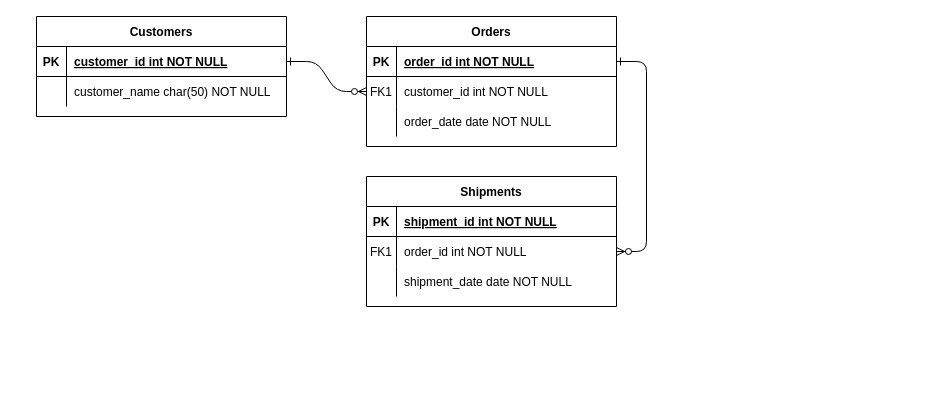
Above: SQL_Maria.aguila/Untitled Diagram.drawio in MariaAguila4/KeepCoding_BigData_MariaAguil- (draw.io), before the change. Source tidied: cells renumbered, new cells numbered last; positions are measured from the earlier drawing's top-left corner, leaving out a move shared by most shapes. Both pictures are drawn from the tidied source at 100%, with x=0, y=0 at pixel (36, 16).
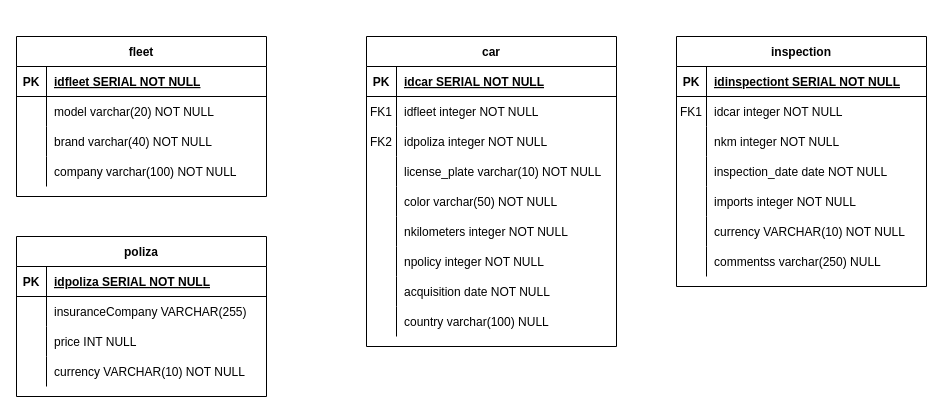
The same page after the edit.

Unchanged cells that the change refers to:
```xml
<mxCell id="5" style="shape=partialRectangle;fillColor=none;points=[[0,0.5],[1,0.5]];portConstraint=eastwest;top=0;left=0;right=0;bottom=1;" parent="4" vertex="1">
  <mxGeometry y="30" width="250" height="30" as="geometry" />
</mxCell>
<mxCell id="8" style="shape=partialRectangle;fillColor=none;points=[[0,0.5],[1,0.5]];portConstraint=eastwest;top=0;left=0;right=0;bottom=0;" parent="4" vertex="1">
  <mxGeometry y="60" width="250" height="30" as="geometry" />
</mxCell>
<mxCell id="11" style="shape=partialRectangle;fillColor=none;top=0;left=0;right=0;bottom=0;" parent="4" vertex="1">
  <mxGeometry y="90" width="250" height="30" as="geometry" />
</mxCell>
<mxCell id="15" style="shape=partialRectangle;fillColor=none;top=0;left=0;right=0;bottom=1;" parent="14" vertex="1">
  <mxGeometry y="30" width="250" height="30" as="geometry" />
</mxCell>
<mxCell id="18" style="shape=partialRectangle;fillColor=none;points=[[0,0.5],[1,0.5]];portConstraint=eastwest;top=0;left=0;right=0;bottom=0;" parent="14" vertex="1">
  <mxGeometry y="60" width="250" height="30" as="geometry" />
</mxCell>
<mxCell id="21" style="shape=partialRectangle;fillColor=none;top=0;left=0;right=0;bottom=0;" parent="14" vertex="1">
  <mxGeometry y="90" width="250" height="30" as="geometry" />
</mxCell>
<mxCell id="25" style="shape=partialRectangle;fillColor=none;points=[[0,0.5],[1,0.5]];portConstraint=eastwest;top=0;left=0;right=0;bottom=1;" parent="24" vertex="1">
  <mxGeometry y="30" width="250" height="30" as="geometry" />
</mxCell>
<mxCell id="28" style="shape=partialRectangle;fillColor=none;top=0;left=0;right=0;bottom=0;" parent="24" vertex="1">
  <mxGeometry y="60" width="250" height="30" as="geometry" />
</mxCell>
```

The edit, as a diff of the source:
```diff
@@
-    <mxCell id="2" style="edgeStyle=entityRelationEdgeStyle;endArrow=ERzeroToMany;startArrow=ERone;endFill=1;startFill=0;" parent="1" edge="1" source="25" target="8">
-      <mxGeometry relative="1" as="geometry" />
-    </mxCell>
-    <mxCell id="3" style="edgeStyle=entityRelationEdgeStyle;endArrow=ERzeroToMany;startArrow=ERone;endFill=1;startFill=0;" parent="1" edge="1" source="5" target="18">
-      <mxGeometry relative="1" as="geometry" />
-    </mxCell>
-    <mxCell id="4" value="Orders" style="shape=table;startSize=30;childLayout=tableLayout;rowLines=0;fontStyle=1;align=center;" parent="1" vertex="1">
-      <mxGeometry x="330" width="250" height="130" as="geometry" />
+    <mxCell id="4" value="fleet" style="shape=table;startSize=30;childLayout=tableLayout;rowLines=0;fontStyle=1;align=center;" parent="1" vertex="1">
+      <mxGeometry x="-20" y="20" width="250" height="160" as="geometry" />
     </mxCell>
@@
-    <mxCell id="7" value="order_id int NOT NULL " style="shape=partialRectangle;overflow=hidden;fillColor=none;top=0;left=0;bottom=0;right=0;align=left;spacingLeft=6;fontStyle=5;" parent="5" vertex="1">
+    <mxCell id="7" value="idfleet SERIAL NOT NULL" style="shape=partialRectangle;overflow=hidden;fillColor=none;top=0;left=0;bottom=0;right=0;align=left;spacingLeft=6;fontStyle=5;" parent="5" vertex="1">
       <mxGeometry x="30" width="220" height="30" as="geometry" />
     </mxCell>
@@
-    <mxCell id="9" value="FK1" style="shape=partialRectangle;overflow=hidden;fillColor=none;top=0;left=0;bottom=0;right=0;" parent="8" vertex="1">
+    <mxCell id="9" style="shape=partialRectangle;overflow=hidden;fillColor=none;top=0;left=0;bottom=0;right=0;" parent="8" vertex="1">
       <mxGeometry width="30" height="30" as="geometry" />
     </mxCell>
-    <mxCell id="10" value="customer_id int NOT NULL" style="shape=partialRectangle;overflow=hidden;fillColor=none;top=0;left=0;bottom=0;right=0;align=left;spacingLeft=6;" parent="8" vertex="1">
+    <mxCell id="10" value="model varchar(20) NOT NULL" style="shape=partialRectangle;overflow=hidden;fillColor=none;top=0;left=0;bottom=0;right=0;align=left;spacingLeft=6;" parent="8" vertex="1">
       <mxGeometry x="30" width="220" height="30" as="geometry" />
     </mxCell>
@@
-    <mxCell id="13" value="order_date date NOT NULL" style="shape=partialRectangle;overflow=hidden;fillColor=none;top=0;left=0;bottom=0;right=0;align=left;spacingLeft=6;" parent="11" vertex="1">
+    <mxCell id="13" value="brand varchar(40) NOT NULL" style="shape=partialRectangle;overflow=hidden;fillColor=none;top=0;left=0;bottom=0;right=0;align=left;spacingLeft=6;" parent="11" vertex="1">
       <mxGeometry x="30" width="220" height="30" as="geometry" />
     </mxCell>
+    <mxCell id="31" style="shape=partialRectangle;fillColor=none;top=0;left=0;right=0;bottom=0;" parent="4" vertex="1">
+      <mxGeometry y="120" width="250" height="30" as="geometry" />
+    </mxCell>
+    <mxCell id="32" style="shape=partialRectangle;overflow=hidden;fillColor=none;top=0;left=0;bottom=0;right=0;" parent="31" vertex="1">
+      <mxGeometry width="30" height="30" as="geometry" />
+    </mxCell>
+    <mxCell id="33" value="company varchar(100) NOT NULL" style="shape=partialRectangle;overflow=hidden;fillColor=none;top=0;left=0;bottom=0;right=0;align=left;spacingLeft=6;" parent="31" vertex="1">
+      <mxGeometry x="30" width="220" height="30" as="geometry" />
+    </mxCell>
-    <mxCell id="14" value="Shipments" style="shape=table;startSize=30;childLayout=tableLayout;rowLines=0;fontStyle=1;align=center;" parent="1" vertex="1">
-      <mxGeometry x="330" y="160" width="250" height="130" as="geometry" />
+    <mxCell id="14" value="poliza" style="shape=table;startSize=30;childLayout=tableLayout;rowLines=0;fontStyle=1;align=center;" parent="1" vertex="1">
+      <mxGeometry x="-20" y="220" width="250" height="160" as="geometry" />
     </mxCell>
@@
-    <mxCell id="17" value="shipment_id int NOT NULL " style="shape=partialRectangle;overflow=hidden;fillColor=none;top=0;left=0;bottom=0;right=0;align=left;spacingLeft=6;fontStyle=5;" parent="15" vertex="1">
+    <mxCell id="17" value="idpoliza SERIAL NOT NULL" style="shape=partialRectangle;overflow=hidden;fillColor=none;top=0;left=0;bottom=0;right=0;align=left;spacingLeft=6;fontStyle=5;" parent="15" vertex="1">
       <mxGeometry x="30" width="220" height="30" as="geometry" />
     </mxCell>
@@
-    <mxCell id="19" value="FK1" style="shape=partialRectangle;overflow=hidden;fillColor=none;top=0;left=0;bottom=0;right=0;" parent="18" vertex="1">
+    <mxCell id="19" style="shape=partialRectangle;overflow=hidden;fillColor=none;top=0;left=0;bottom=0;right=0;" parent="18" vertex="1">
       <mxGeometry width="30" height="30" as="geometry" />
     </mxCell>
-    <mxCell id="20" value="order_id int NOT NULL" style="shape=partialRectangle;overflow=hidden;fillColor=none;top=0;left=0;bottom=0;right=0;align=left;spacingLeft=6;" parent="18" vertex="1">
+    <mxCell id="20" value="insuranceCompany VARCHAR(255)" style="shape=partialRectangle;overflow=hidden;fillColor=none;top=0;left=0;bottom=0;right=0;align=left;spacingLeft=6;" parent="18" vertex="1">
       <mxGeometry x="30" width="220" height="30" as="geometry" />
     </mxCell>
@@
-    <mxCell id="23" value="shipment_date date NOT NULL" style="shape=partialRectangle;overflow=hidden;fillColor=none;top=0;left=0;bottom=0;right=0;align=left;spacingLeft=6;" parent="21" vertex="1">
+    <mxCell id="23" value="price INT NULL" style="shape=partialRectangle;overflow=hidden;fillColor=none;top=0;left=0;bottom=0;right=0;align=left;spacingLeft=6;" parent="21" vertex="1">
       <mxGeometry x="30" width="220" height="30" as="geometry" />
     </mxCell>
+    <mxCell id="34" style="shape=partialRectangle;fillColor=none;top=0;left=0;right=0;bottom=0;" parent="14" vertex="1">
+      <mxGeometry y="120" width="250" height="30" as="geometry" />
+    </mxCell>
+    <mxCell id="35" style="shape=partialRectangle;overflow=hidden;fillColor=none;top=0;left=0;bottom=0;right=0;" parent="34" vertex="1">
+      <mxGeometry width="30" height="30" as="geometry" />
+    </mxCell>
+    <mxCell id="36" value="currency VARCHAR(10) NOT NULL" style="shape=partialRectangle;overflow=hidden;fillColor=none;top=0;left=0;bottom=0;right=0;align=left;spacingLeft=6;" parent="34" vertex="1">
+      <mxGeometry x="30" width="220" height="30" as="geometry" />
+    </mxCell>
-    <mxCell id="24" value="Customers" style="shape=table;startSize=30;childLayout=tableLayout;rowLines=0;fontStyle=1;align=center;" parent="1" vertex="1">
-      <mxGeometry width="250" height="100" as="geometry" />
+    <mxCell id="24" value="car" style="shape=table;startSize=30;childLayout=tableLayout;rowLines=0;fontStyle=1;align=center;" parent="1" vertex="1">
+      <mxGeometry x="330" y="20" width="250" height="310" as="geometry" />
     </mxCell>
@@
-    <mxCell id="27" value="customer_id int NOT NULL " style="shape=partialRectangle;overflow=hidden;fillColor=none;top=0;left=0;bottom=0;right=0;align=left;spacingLeft=6;fontStyle=5;" parent="25" vertex="1">
+    <mxCell id="27" value="idcar SERIAL NOT NULL" style="shape=partialRectangle;overflow=hidden;fillColor=none;top=0;left=0;bottom=0;right=0;align=left;spacingLeft=6;fontStyle=5;" parent="25" vertex="1">
       <mxGeometry x="30" width="220" height="30" as="geometry" />
     </mxCell>
@@
-    <mxCell id="29" style="shape=partialRectangle;overflow=hidden;fillColor=none;top=0;left=0;bottom=0;right=0;" parent="28" vertex="1">
+    <mxCell id="29" value="FK1" style="shape=partialRectangle;overflow=hidden;fillColor=none;top=0;left=0;bottom=0;right=0;" parent="28" vertex="1">
       <mxGeometry width="30" height="30" as="geometry" />
     </mxCell>
-    <mxCell id="30" value="customer_name char(50) NOT NULL" style="shape=partialRectangle;overflow=hidden;fillColor=none;top=0;left=0;bottom=0;right=0;align=left;spacingLeft=6;" parent="28" vertex="1">
+    <mxCell id="30" value="idfleet integer NOT NULL" style="shape=partialRectangle;overflow=hidden;fillColor=none;top=0;left=0;bottom=0;right=0;align=left;spacingLeft=6;" parent="28" vertex="1">
       <mxGeometry x="30" width="220" height="30" as="geometry" />
     </mxCell>
+    <mxCell id="37" style="shape=partialRectangle;fillColor=none;top=0;left=0;right=0;bottom=0;" parent="24" vertex="1">
+      <mxGeometry y="90" width="250" height="30" as="geometry" />
+    </mxCell>
+    <mxCell id="38" value="FK2" style="shape=partialRectangle;overflow=hidden;fillColor=none;top=0;left=0;bottom=0;right=0;" parent="37" vertex="1">
+      <mxGeometry width="30" height="30" as="geometry" />
+    </mxCell>
+    <mxCell id="39" value="idpoliza integer NOT NULL" style="shape=partialRectangle;overflow=hidden;fillColor=none;top=0;left=0;bottom=0;right=0;align=left;spacingLeft=6;" parent="37" vertex="1">
+      <mxGeometry x="30" width="220" height="30" as="geometry" />
+    </mxCell>
+    <mxCell id="40" style="shape=partialRectangle;fillColor=none;top=0;left=0;right=0;bottom=0;" parent="24" vertex="1">
+      <mxGeometry y="120" width="250" height="30" as="geometry" />
+    </mxCell>
+    <mxCell id="41" style="shape=partialRectangle;overflow=hidden;fillColor=none;top=0;left=0;bottom=0;right=0;" parent="40" vertex="1">
+      <mxGeometry width="30" height="30" as="geometry" />
+    </mxCell>
+    <mxCell id="42" value="license_plate varchar(10) NOT NULL" style="shape=partialRectangle;overflow=hidden;fillColor=none;top=0;left=0;bottom=0;right=0;align=left;spacingLeft=6;" parent="40" vertex="1">
+      <mxGeometry x="30" width="220" height="30" as="geometry" />
+    </mxCell>
+    <mxCell id="43" style="shape=partialRectangle;fillColor=none;top=0;left=0;right=0;bottom=0;" parent="24" vertex="1">
+      <mxGeometry y="150" width="250" height="30" as="geometry" />
+    </mxCell>
+    <mxCell id="44" style="shape=partialRectangle;overflow=hidden;fillColor=none;top=0;left=0;bottom=0;right=0;" parent="43" vertex="1">
+      <mxGeometry width="30" height="30" as="geometry" />
+    </mxCell>
+    <mxCell id="45" value="color varchar(50) NOT NULL" style="shape=partialRectangle;overflow=hidden;fillColor=none;top=0;left=0;bottom=0;right=0;align=left;spacingLeft=6;" parent="43" vertex="1">
+      <mxGeometry x="30" width="220" height="30" as="geometry" />
+    </mxCell>
+    <mxCell id="46" style="shape=partialRectangle;fillColor=none;top=0;left=0;right=0;bottom=0;" parent="24" vertex="1">
+      <mxGeometry y="180" width="250" height="30" as="geometry" />
+    </mxCell>
+    <mxCell id="47" style="shape=partialRectangle;overflow=hidden;fillColor=none;top=0;left=0;bottom=0;right=0;" parent="46" vertex="1">
+      <mxGeometry width="30" height="30" as="geometry" />
+    </mxCell>
+    <mxCell id="48" value="nkilometers integer NOT NULL" style="shape=partialRectangle;overflow=hidden;fillColor=none;top=0;left=0;bottom=0;right=0;align=left;spacingLeft=6;" parent="46" vertex="1">
+      <mxGeometry x="30" width="220" height="30" as="geometry" />
+    </mxCell>
+    <mxCell id="49" style="shape=partialRectangle;fillColor=none;top=0;left=0;right=0;bottom=0;" parent="24" vertex="1">
+      <mxGeometry y="210" width="250" height="30" as="geometry" />
+    </mxCell>
+    <mxCell id="50" style="shape=partialRectangle;overflow=hidden;fillColor=none;top=0;left=0;bottom=0;right=0;" parent="49" vertex="1">
+      <mxGeometry width="30" height="30" as="geometry" />
+    </mxCell>
+    <mxCell id="51" value="npolicy integer NOT NULL" style="shape=partialRectangle;overflow=hidden;fillColor=none;top=0;left=0;bottom=0;right=0;align=left;spacingLeft=6;" parent="49" vertex="1">
+      <mxGeometry x="30" width="220" height="30" as="geometry" />
+    </mxCell>
+    <mxCell id="52" style="shape=partialRectangle;fillColor=none;top=0;left=0;right=0;bottom=0;" parent="24" vertex="1">
+      <mxGeometry y="240" width="250" height="30" as="geometry" />
+    </mxCell>
+    <mxCell id="53" style="shape=partialRectangle;overflow=hidden;fillColor=none;top=0;left=0;bottom=0;right=0;" parent="52" vertex="1">
+      <mxGeometry width="30" height="30" as="geometry" />
+    </mxCell>
+    <mxCell id="54" value="acquisition date NOT NULL" style="shape=partialRectangle;overflow=hidden;fillColor=none;top=0;left=0;bottom=0;right=0;align=left;spacingLeft=6;" parent="52" vertex="1">
+      <mxGeometry x="30" width="220" height="30" as="geometry" />
+    </mxCell>
+    <mxCell id="55" style="shape=partialRectangle;fillColor=none;top=0;left=0;right=0;bottom=0;" parent="24" vertex="1">
+      <mxGeometry y="270" width="250" height="30" as="geometry" />
+    </mxCell>
+    <mxCell id="56" style="shape=partialRectangle;overflow=hidden;fillColor=none;top=0;left=0;bottom=0;right=0;" parent="55" vertex="1">
+      <mxGeometry width="30" height="30" as="geometry" />
+    </mxCell>
+    <mxCell id="57" value="country varchar(100) NULL" style="shape=partialRectangle;overflow=hidden;fillColor=none;top=0;left=0;bottom=0;right=0;align=left;spacingLeft=6;" parent="55" vertex="1">
+      <mxGeometry x="30" width="220" height="30" as="geometry" />
+    </mxCell>
+    <mxCell id="58" value="inspection" style="shape=table;startSize=30;childLayout=tableLayout;rowLines=0;fontStyle=1;align=center;" parent="1" vertex="1">
+      <mxGeometry x="640" y="20" width="250" height="250" as="geometry" />
+    </mxCell>
+    <mxCell id="59" style="shape=partialRectangle;fillColor=none;top=0;left=0;right=0;bottom=1;" parent="58" vertex="1">
+      <mxGeometry y="30" width="250" height="30" as="geometry" />
+    </mxCell>
+    <mxCell id="60" value="PK" style="shape=partialRectangle;overflow=hidden;fillColor=none;top=0;left=0;bottom=0;right=0;fontStyle=1;" parent="59" vertex="1">
+      <mxGeometry width="30" height="30" as="geometry" />
+    </mxCell>
+    <mxCell id="61" value="idinspectiont SERIAL NOT NULL" style="shape=partialRectangle;overflow=hidden;fillColor=none;top=0;left=0;bottom=0;right=0;align=left;spacingLeft=6;fontStyle=5;" parent="59" vertex="1">
+      <mxGeometry x="30" width="220" height="30" as="geometry" />
+    </mxCell>
+    <mxCell id="62" style="shape=partialRectangle;fillColor=none;top=0;left=0;right=0;bottom=0;" parent="58" vertex="1">
+      <mxGeometry y="60" width="250" height="30" as="geometry" />
+    </mxCell>
+    <mxCell id="63" value="FK1" style="shape=partialRectangle;overflow=hidden;fillColor=none;top=0;left=0;bottom=0;right=0;" parent="62" vertex="1">
+      <mxGeometry width="30" height="30" as="geometry" />
+    </mxCell>
+    <mxCell id="64" value="idcar integer NOT NULL" style="shape=partialRectangle;overflow=hidden;fillColor=none;top=0;left=0;bottom=0;right=0;align=left;spacingLeft=6;" parent="62" vertex="1">
+      <mxGeometry x="30" width="220" height="30" as="geometry" />
+    </mxCell>
+    <mxCell id="65" style="shape=partialRectangle;fillColor=none;top=0;left=0;right=0;bottom=0;" parent="58" vertex="1">
+      <mxGeometry y="90" width="250" height="30" as="geometry" />
+    </mxCell>
+    <mxCell id="66" style="shape=partialRectangle;overflow=hidden;fillColor=none;top=0;left=0;bottom=0;right=0;" parent="65" vertex="1">
+      <mxGeometry width="30" height="30" as="geometry" />
+    </mxCell>
+    <mxCell id="67" value="nkm integer NOT NULL" style="shape=partialRectangle;overflow=hidden;fillColor=none;top=0;left=0;bottom=0;right=0;align=left;spacingLeft=6;" parent="65" vertex="1">
+      <mxGeometry x="30" width="220" height="30" as="geometry" />
+    </mxCell>
+    <mxCell id="68" style="shape=partialRectangle;fillColor=none;top=0;left=0;right=0;bottom=0;" parent="58" vertex="1">
+      <mxGeometry y="120" width="250" height="30" as="geometry" />
+    </mxCell>
+    <mxCell id="69" style="shape=partialRectangle;overflow=hidden;fillColor=none;top=0;left=0;bottom=0;right=0;" parent="68" vertex="1">
+      <mxGeometry width="30" height="30" as="geometry" />
+    </mxCell>
+    <mxCell id="70" value="inspection_date date NOT NULL" style="shape=partialRectangle;overflow=hidden;fillColor=none;top=0;left=0;bottom=0;right=0;align=left;spacingLeft=6;" parent="68" vertex="1">
+      <mxGeometry x="30" width="220" height="30" as="geometry" />
+    </mxCell>
+    <mxCell id="71" style="shape=partialRectangle;fillColor=none;top=0;left=0;right=0;bottom=0;" parent="58" vertex="1">
+      <mxGeometry y="150" width="250" height="30" as="geometry" />
+    </mxCell>
+    <mxCell id="72" style="shape=partialRectangle;overflow=hidden;fillColor=none;top=0;left=0;bottom=0;right=0;" parent="71" vertex="1">
+      <mxGeometry width="30" height="30" as="geometry" />
+    </mxCell>
+    <mxCell id="73" value="imports integer NOT NULL" style="shape=partialRectangle;overflow=hidden;fillColor=none;top=0;left=0;bottom=0;right=0;align=left;spacingLeft=6;" parent="71" vertex="1">
+      <mxGeometry x="30" width="220" height="30" as="geometry" />
+    </mxCell>
+    <mxCell id="74" style="shape=partialRectangle;fillColor=none;top=0;left=0;right=0;bottom=0;" parent="58" vertex="1">
+      <mxGeometry y="180" width="250" height="30" as="geometry" />
+    </mxCell>
+    <mxCell id="75" style="shape=partialRectangle;overflow=hidden;fillColor=none;top=0;left=0;bottom=0;right=0;" parent="74" vertex="1">
+      <mxGeometry width="30" height="30" as="geometry" />
+    </mxCell>
+    <mxCell id="76" value="currency VARCHAR(10) NOT NULL" style="shape=partialRectangle;overflow=hidden;fillColor=none;top=0;left=0;bottom=0;right=0;align=left;spacingLeft=6;" parent="74" vertex="1">
+      <mxGeometry x="30" width="220" height="30" as="geometry" />
+    </mxCell>
+    <mxCell id="77" style="shape=partialRectangle;fillColor=none;top=0;left=0;right=0;bottom=0;" parent="58" vertex="1">
+      <mxGeometry y="210" width="250" height="30" as="geometry" />
+    </mxCell>
+    <mxCell id="78" style="shape=partialRectangle;overflow=hidden;fillColor=none;top=0;left=0;bottom=0;right=0;" parent="77" vertex="1">
+      <mxGeometry width="30" height="30" as="geometry" />
+    </mxCell>
+    <mxCell id="79" value="commentss varchar(250) NULL" style="shape=partialRectangle;overflow=hidden;fillColor=none;top=0;left=0;bottom=0;right=0;align=left;spacingLeft=6;" parent="77" vertex="1">
+      <mxGeometry x="30" width="220" height="30" as="geometry" />
+    </mxCell>
```
